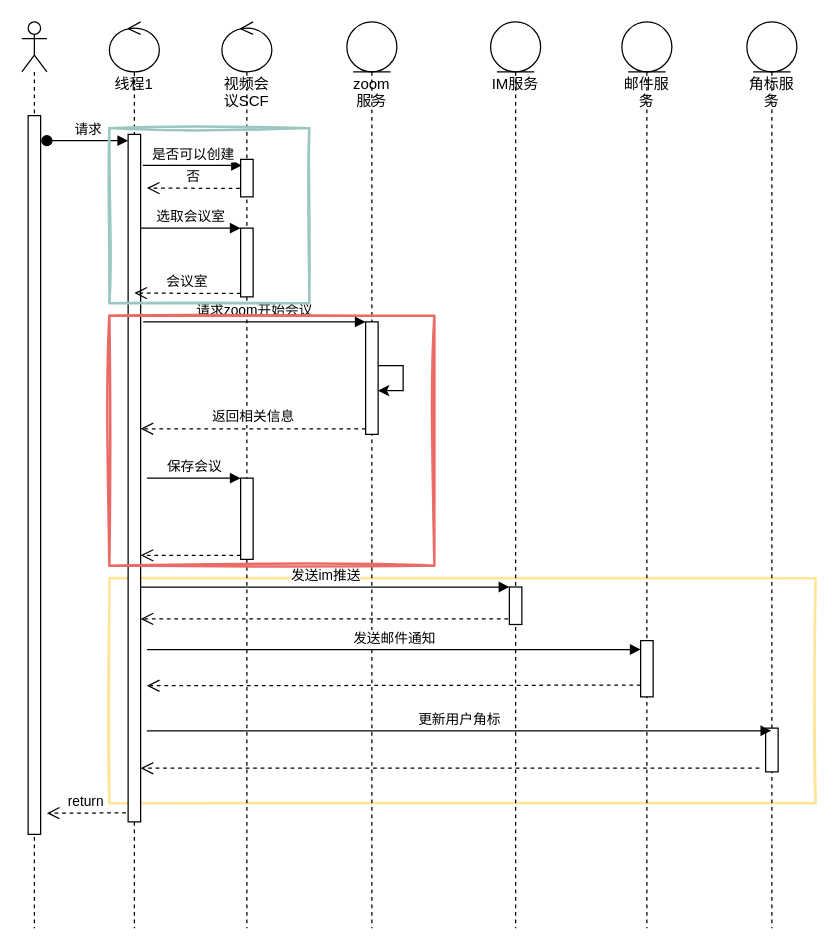
Before: page "第 3 页" (3 of 7) of shuzhi.drawio in nullbull/uml, a draw.io diagram. Source tidied: cells renumbered, new cells numbered last; positions are measured from the earlier drawing's top-left corner, leaving out a move shared by most shapes. Both pictures are drawn from the tidied source at 125%, with x=0, y=0 at pixel (21, 21).
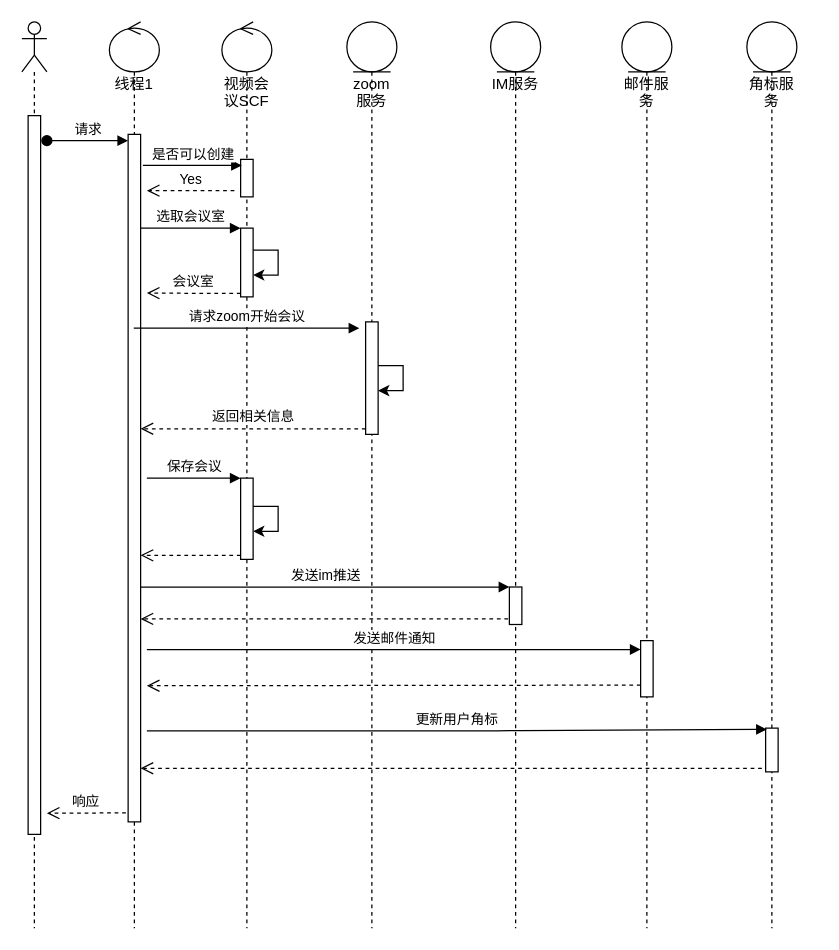
The same page after the edit.

The change refers to these unchanged cells:
```xml
<mxCell id="5" value="线程1" style="shape=umlLifeline;participant=umlControl;perimeter=lifelinePerimeter;whiteSpace=wrap;html=1;verticalAlign=top;spacingTop=36;outlineConnect=0;" parent="1" vertex="1">
  <mxGeometry x="70" width="40" height="725" as="geometry" />
</mxCell>
<mxCell id="6" style="html=1;points=[];perimeter=orthogonalPerimeter;" parent="5" vertex="1">
  <mxGeometry x="15" y="90" width="10" height="550" as="geometry" />
</mxCell>
<mxCell id="7" value="视频会议SCF" style="shape=umlLifeline;participant=umlControl;perimeter=lifelinePerimeter;whiteSpace=wrap;html=1;verticalAlign=top;spacingTop=36;" parent="1" vertex="1">
  <mxGeometry x="160" width="40" height="725" as="geometry" />
</mxCell>
<mxCell id="8" style="html=1;points=[];perimeter=orthogonalPerimeter;" parent="7" vertex="1">
  <mxGeometry x="15" y="110" width="10" height="30" as="geometry" />
</mxCell>
<mxCell id="9" style="html=1;points=[];perimeter=orthogonalPerimeter;" parent="7" vertex="1">
  <mxGeometry x="15" y="165" width="10" height="55" as="geometry" />
</mxCell>
<mxCell id="10" style="html=1;points=[];perimeter=orthogonalPerimeter;" parent="7" vertex="1">
  <mxGeometry x="15" y="365" width="10" height="65" as="geometry" />
</mxCell>
<mxCell id="14" style="html=1;points=[];perimeter=orthogonalPerimeter;" parent="13" vertex="1">
  <mxGeometry x="15" y="240" width="10" height="90" as="geometry" />
</mxCell>
<mxCell id="22" style="html=1;points=[];perimeter=orthogonalPerimeter;" parent="21" vertex="1">
  <mxGeometry x="15" y="565" width="10" height="35" as="geometry" />
</mxCell>
```

What changed in the source:
```diff
@@
-    <mxCell id="2" style="rounded=0;whiteSpace=wrap;html=1;fillColor=none;strokeWidth=2;strokeColor=#FFE599;sketch=1;glass=1;" parent="1" vertex="1">
-      <mxGeometry x="70" y="445" width="565" height="180" as="geometry" />
-    </mxCell>
@@
+    <mxCell id="38" value="Yes" style="html=1;verticalAlign=bottom;endArrow=open;dashed=1;endSize=8;" parent="5" edge="1">
+      <mxGeometry relative="1" as="geometry">
+        <mxPoint x="100" y="135" as="sourcePoint" />
+        <mxPoint x="30" y="135" as="targetPoint" />
+      </mxGeometry>
+    </mxCell>
@@
+    <mxCell id="39" style="edgeStyle=orthogonalEdgeStyle;rounded=0;orthogonalLoop=1;jettySize=auto;html=1;" parent="7" edge="1" source="9" target="9">
+      <mxGeometry relative="1" as="geometry" />
+    </mxCell>
+    <mxCell id="40" style="edgeStyle=orthogonalEdgeStyle;rounded=0;orthogonalLoop=1;jettySize=auto;html=1;" parent="7" edge="1" source="10" target="10">
+      <mxGeometry relative="1" as="geometry" />
+    </mxCell>
@@
-    <mxCell id="18" value="否" style="html=1;verticalAlign=bottom;endArrow=open;dashed=1;endSize=8;exitX=-0.06;exitY=0.773;exitDx=0;exitDy=0;exitPerimeter=0;" parent="1" edge="1" source="8">
-      <mxGeometry relative="1" as="geometry">
-        <mxPoint x="100" y="133" as="targetPoint" />
-      </mxGeometry>
-    </mxCell>
@@
     <mxCell id="23" value="会议室" style="html=1;verticalAlign=bottom;endArrow=open;dashed=1;endSize=8;exitX=0;exitY=0.95;" parent="1" edge="1" source="9">
       <mxGeometry relative="1" as="geometry">
-        <mxPoint x="90" y="217" as="targetPoint" />
+        <mxPoint x="100" y="217" as="targetPoint" />
       </mxGeometry>
     </mxCell>
@@
-    <mxCell id="25" value="请求zoom开始会议" style="html=1;verticalAlign=bottom;endArrow=block;entryX=0;entryY=0;" parent="1" edge="1" target="14">
+    <mxCell id="25" value="请求zoom开始会议" style="html=1;verticalAlign=bottom;endArrow=block;" parent="1" edge="1" source="5">
       <mxGeometry relative="1" as="geometry">
-        <mxPoint x="97" y="240" as="sourcePoint" />
+        <mxPoint x="270" y="245" as="targetPoint" />
       </mxGeometry>
     </mxCell>
@@
-    <mxCell id="30" value="更新用户角标" style="html=1;verticalAlign=bottom;endArrow=block;" parent="1" edge="1">
+    <mxCell id="30" value="更新用户角标" style="html=1;verticalAlign=bottom;endArrow=block;entryX=0.1;entryY=0.029;entryDx=0;entryDy=0;entryPerimeter=0;" parent="1" edge="1" target="22">
       <mxGeometry relative="1" as="geometry">
         <mxPoint x="100" y="567.1" as="sourcePoint" />
-        <mxPoint x="599.5" y="567.1" as="targetPoint" />
         <Array as="points">
           <mxPoint x="390" y="567.1" />
         </Array>
       </mxGeometry>
     </mxCell>
@@
-    <mxCell id="32" style="html=1;verticalAlign=bottom;endArrow=open;dashed=1;endSize=8;" parent="1" edge="1">
+    <mxCell id="32" style="html=1;verticalAlign=bottom;endArrow=open;dashed=1;endSize=8;exitX=-0.3;exitY=0.92;exitDx=0;exitDy=0;exitPerimeter=0;" parent="1" edge="1" source="22">
       <mxGeometry relative="1" as="geometry">
-        <mxPoint x="590" y="597" as="sourcePoint" />
         <mxPoint x="95" y="597.1" as="targetPoint" />
       </mxGeometry>
     </mxCell>
@@
-    <mxCell id="35" value="return" style="html=1;verticalAlign=bottom;endArrow=open;dashed=1;endSize=8;exitX=-0.18;exitY=0.987;exitDx=0;exitDy=0;exitPerimeter=0;" parent="1" edge="1" source="6">
+    <mxCell id="35" value="响应" style="html=1;verticalAlign=bottom;endArrow=open;dashed=1;endSize=8;exitX=-0.18;exitY=0.987;exitDx=0;exitDy=0;exitPerimeter=0;" parent="1" edge="1" source="6">
       <mxGeometry relative="1" as="geometry">
         <mxPoint x="20" y="633" as="targetPoint" />
       </mxGeometry>
     </mxCell>
-    <mxCell id="36" style="rounded=0;whiteSpace=wrap;html=1;strokeWidth=2;fillColor=none;strokeColor=#9AC7BF;sketch=1;" parent="1" vertex="1">
-      <mxGeometry x="70" y="85" width="160" height="140" as="geometry" />
-    </mxCell>
-    <mxCell id="37" style="rounded=0;whiteSpace=wrap;html=1;strokeWidth=2;fillColor=none;strokeColor=#EA6B66;sketch=1;" parent="1" vertex="1">
-      <mxGeometry x="70" y="235" width="260" height="200" as="geometry" />
-    </mxCell>
```
